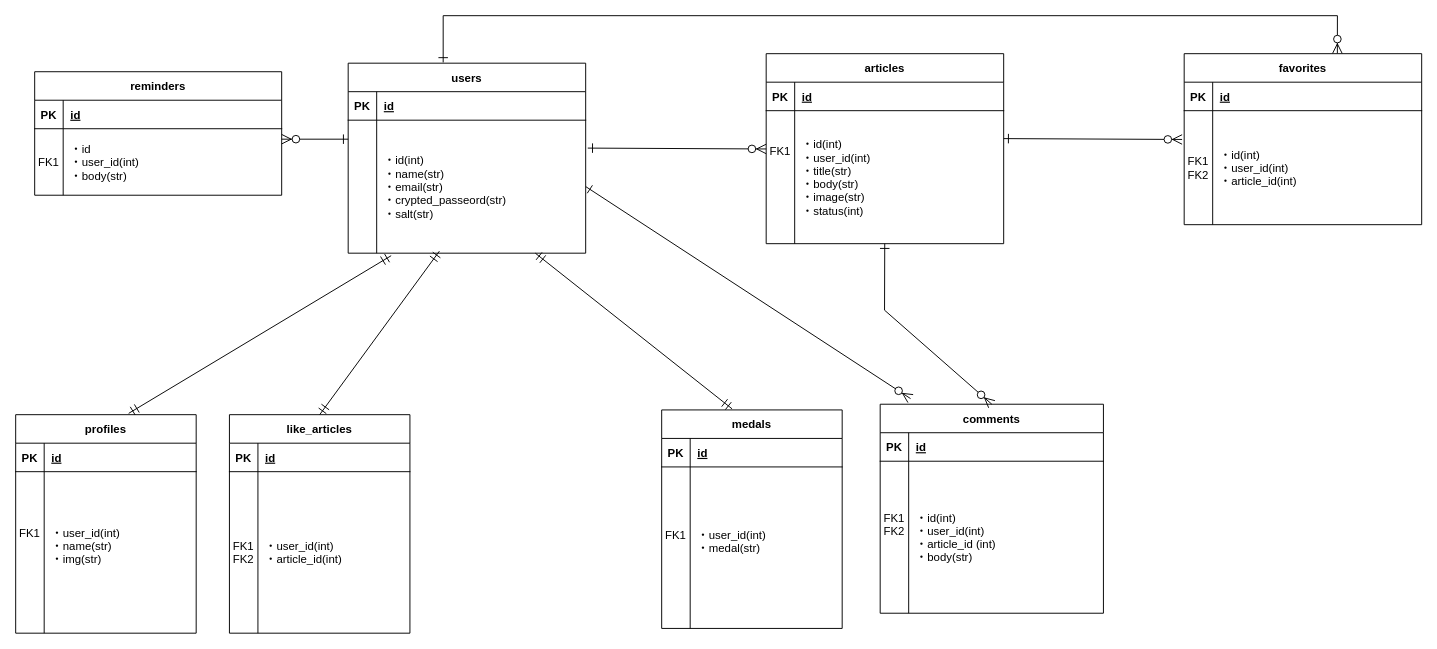
This is 名称未設定ファイル.drawio from s17w09/Entity-Relationship-Diagram, a draw.io file, before an edit. Source tidied: cells renumbered, new cells numbered last; positions are measured from the earlier drawing's top-left corner, leaving out a move shared by most shapes. Both pictures are drawn from the tidied source at 95%, with x=0, y=0 at pixel (15, 15).
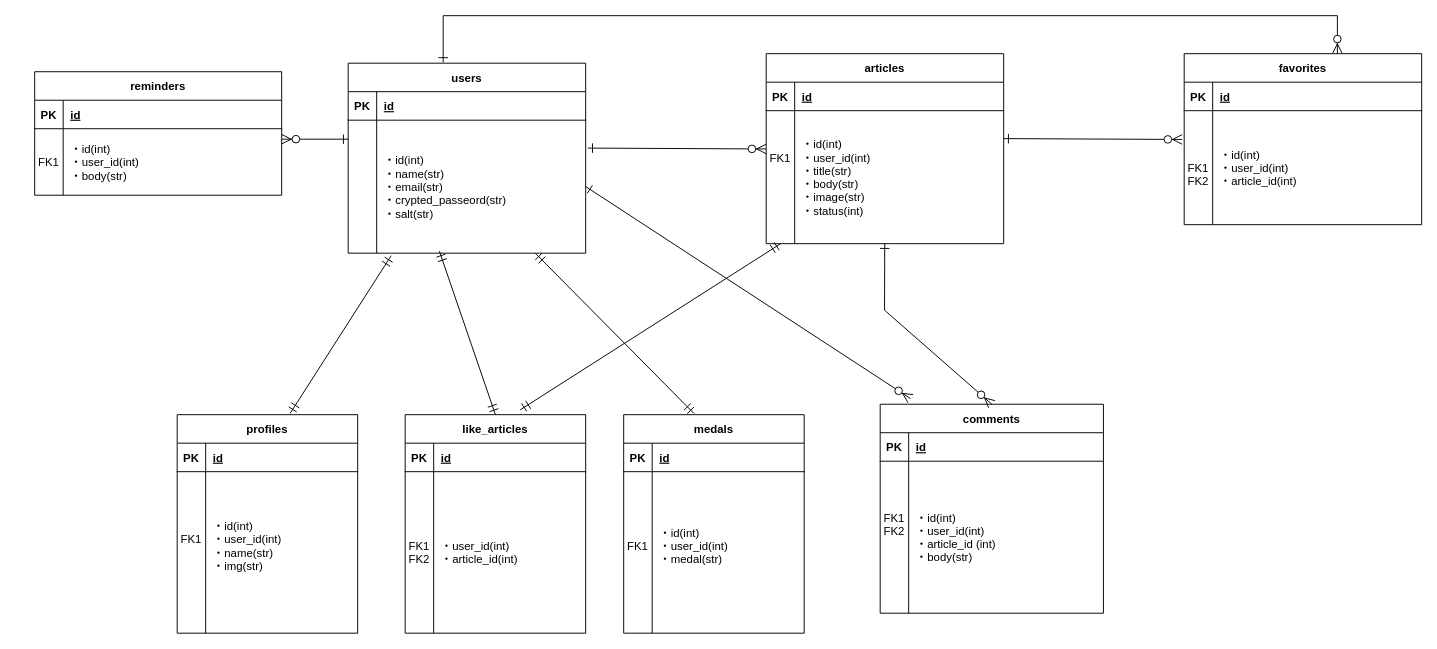
After the change.

Commit message:
名称未設定ファイル.drawio を更新します

Unchanged cells that the change refers to:
```xml
<mxCell id="6" style="shape=partialRectangle;fillColor=none;points=[[0,0.5],[1,0.5]];portConstraint=eastwest;top=0;left=0;right=0;bottom=0;" parent="2" vertex="1">
  <mxGeometry y="60" width="250" height="140" as="geometry" />
</mxCell>
<mxCell id="20" style="shape=partialRectangle;fillColor=none;top=0;left=0;right=0;bottom=0;" parent="16" vertex="1">
  <mxGeometry y="60" width="250" height="120" as="geometry" />
</mxCell>
<mxCell id="27" style="shape=partialRectangle;fillColor=none;top=0;left=0;right=0;bottom=0;" parent="23" vertex="1">
  <mxGeometry y="60" width="260" height="70" as="geometry" />
</mxCell>
<mxCell id="41" style="shape=partialRectangle;fillColor=none;top=0;left=0;right=0;bottom=0;" parent="37" vertex="1">
  <mxGeometry y="60" width="190" height="170" as="geometry" />
</mxCell>
<mxCell id="61" style="shape=partialRectangle;fillColor=none;top=0;left=0;right=0;bottom=0;" parent="57" vertex="1">
  <mxGeometry y="60" width="190" height="170" as="geometry" />
</mxCell>
```

Diff of the diagram source:
```diff
@@
-    <mxCell id="7" value="FK1&#10;&#10;&#10;&#10;" style="shape=partialRectangle;overflow=hidden;fillColor=none;top=0;left=0;bottom=0;right=0;" parent="6" vertex="1">
+    <mxCell id="7" value="&#10;FK1&#10;&#10;&#10;&#10;" style="shape=partialRectangle;overflow=hidden;fillColor=none;top=0;left=0;bottom=0;right=0;" parent="6" vertex="1">
       <mxGeometry width="30" height="140" as="geometry" />
     </mxCell>
@@
-    <mxCell id="21" value="FK1&#10;FK2" style="shape=partialRectangle;overflow=hidden;fillColor=none;top=0;left=0;bottom=0;right=0;" parent="20" vertex="1">
+    <mxCell id="21" value="&#10;FK1&#10;FK2" style="shape=partialRectangle;overflow=hidden;fillColor=none;top=0;left=0;bottom=0;right=0;" parent="20" vertex="1">
       <mxGeometry width="30" height="120" as="geometry" />
     </mxCell>
@@
-    <mxCell id="29" value="・id&#10;・user_id(int)&#10;・body(str)" style="shape=partialRectangle;overflow=hidden;fillColor=none;top=0;left=0;bottom=0;right=0;align=left;spacingLeft=6;" parent="27" vertex="1">
+    <mxCell id="29" value="・id(int)&#10;・user_id(int)&#10;・body(str)" style="shape=partialRectangle;overflow=hidden;fillColor=none;top=0;left=0;bottom=0;right=0;align=left;spacingLeft=6;" parent="27" vertex="1">
       <mxGeometry x="30" width="230" height="70" as="geometry" />
     </mxCell>
@@
     <mxCell id="37" value="profiles" style="shape=table;startSize=30;childLayout=tableLayout;rowLines=0;fontStyle=1;align=center;" parent="1" vertex="1">
-      <mxGeometry y="420" width="190" height="230" as="geometry" />
+      <mxGeometry x="170" y="420" width="190" height="230" as="geometry" />
     </mxCell>
@@
-    <mxCell id="42" value="FK1&#10;&#10;&#10;" style="shape=partialRectangle;overflow=hidden;fillColor=none;top=0;left=0;bottom=0;right=0;" parent="41" vertex="1">
+    <mxCell id="42" value="&#10;FK1&#10;&#10;&#10;" style="shape=partialRectangle;overflow=hidden;fillColor=none;top=0;left=0;bottom=0;right=0;" parent="41" vertex="1">
       <mxGeometry width="30" height="170" as="geometry" />
     </mxCell>
-    <mxCell id="43" value="・user_id(int)&#10;・name(str)&#10;・img(str)&#10;" style="shape=partialRectangle;overflow=hidden;fillColor=none;top=0;left=0;bottom=0;right=0;align=left;spacingLeft=6;" parent="41" vertex="1">
+    <mxCell id="43" value="・id(int)&#10;・user_id(int)&#10;・name(str)&#10;・img(str)&#10;" style="shape=partialRectangle;overflow=hidden;fillColor=none;top=0;left=0;bottom=0;right=0;align=left;spacingLeft=6;" parent="41" vertex="1">
       <mxGeometry x="30" width="160" height="170" as="geometry" />
     </mxCell>
@@
     <mxCell id="50" value="like_articles" style="shape=table;startSize=30;childLayout=tableLayout;rowLines=0;fontStyle=1;align=center;" parent="1" vertex="1">
-      <mxGeometry x="225" y="420" width="190" height="230" as="geometry" />
+      <mxGeometry x="410" y="420" width="190" height="230" as="geometry" />
     </mxCell>
@@
     <mxCell id="57" value="medals" style="shape=table;startSize=30;childLayout=tableLayout;rowLines=0;fontStyle=1;align=center;" parent="1" vertex="1">
-      <mxGeometry x="680" y="415" width="190" height="230" as="geometry" />
+      <mxGeometry x="640" y="420" width="190" height="230" as="geometry" />
     </mxCell>
@@
-    <mxCell id="62" value="FK1&#10;&#10;" style="shape=partialRectangle;overflow=hidden;fillColor=none;top=0;left=0;bottom=0;right=0;" parent="61" vertex="1">
+    <mxCell id="62" value="&#10;FK1&#10;&#10;" style="shape=partialRectangle;overflow=hidden;fillColor=none;top=0;left=0;bottom=0;right=0;" parent="61" vertex="1">
       <mxGeometry width="30" height="170" as="geometry" />
     </mxCell>
-    <mxCell id="63" value="・user_id(int)&#10;・medal(str)&#10;" style="shape=partialRectangle;overflow=hidden;fillColor=none;top=0;left=0;bottom=0;right=0;align=left;spacingLeft=6;" parent="61" vertex="1">
+    <mxCell id="63" value="・id(int)&#10;・user_id(int)&#10;・medal(str)&#10;" style="shape=partialRectangle;overflow=hidden;fillColor=none;top=0;left=0;bottom=0;right=0;align=left;spacingLeft=6;" parent="61" vertex="1">
       <mxGeometry x="30" width="160" height="170" as="geometry" />
     </mxCell>
@@
+    <mxCell id="67" style="fontSize=12;html=1;endArrow=ERmandOne;startArrow=ERmandOne;rounded=0;startSize=8;endSize=8;exitX=0.637;exitY=-0.022;exitDx=0;exitDy=0;exitPerimeter=0;" parent="1" edge="1" source="50" target="6">
+      <mxGeometry relative="1" as="geometry" />
+    </mxCell>
```
